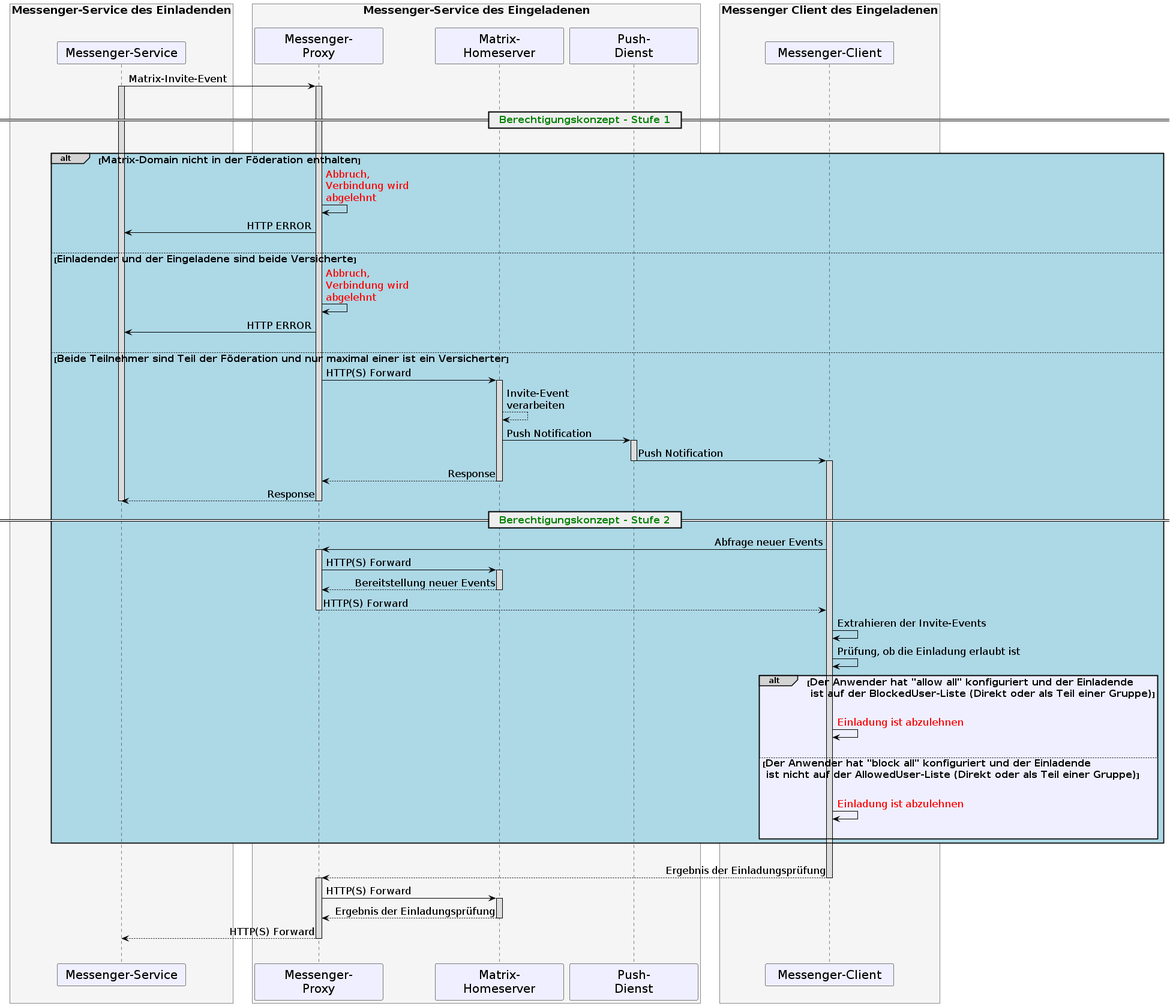
Before: images/diagrams/ePA_FDV/UC_Approvel_List_Seq_fdv.png, a diagram exported from PlantUML (gematik/api-ti-messenger).
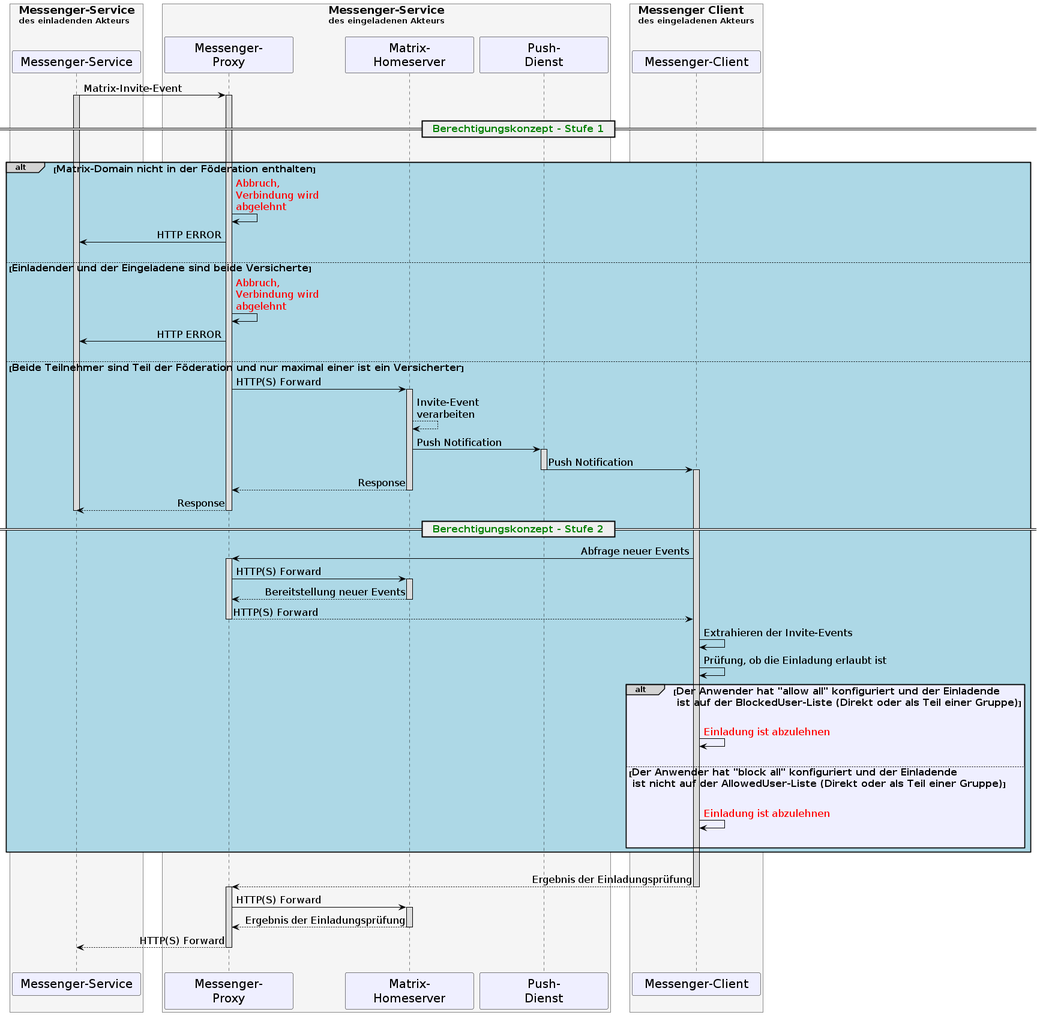
After the commit.

What changed in the source:
```diff
@@ -25,15 +25,15 @@
   ActorFontSize 20
   ActorFontName Aapex
 }
-box <size:18>Messenger-Service des Einladenden\n #WhiteSmoke
+box <size:18>Messenger-Service\ndes einladenden Akteurs\n #WhiteSmoke
 participant MS as "Messenger-Service"
 end box
-box <size:18>Messenger-Service des Eingeladenen\n #WhiteSmoke
+box <size:18>Messenger-Service\ndes eingeladenen Akteurs\n #WhiteSmoke
 participant MP2 as "Messenger-\nProxy"
 participant MH2 as "Matrix-\nHomeserver"
 participant PG as "Push-\nDienst"
 end box
-box <size:18>Messenger Client des Eingeladenen\n #WhiteSmoke
+box <size:18>Messenger Client\ndes eingeladenen Akteurs\n #WhiteSmoke
 participant MC2 as "Messenger-Client"
 end box
 MS->MP2:Matrix-Invite-Event
```
